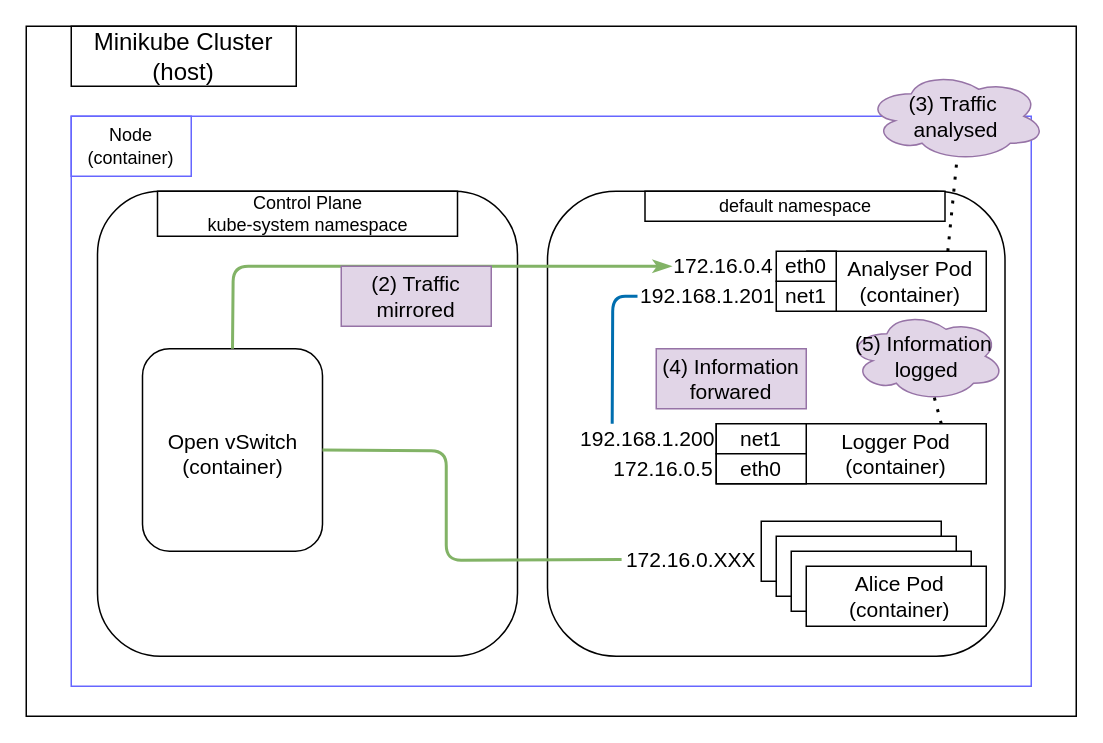
This is page "Domain detection" (3 of 4) of demos/demo6/docs/demo6.drawio from parasecurity/principals, a draw.io file, before an edit. Source tidied: cells renumbered, new cells numbered last; positions are measured from the earlier drawing's top-left corner, leaving out a move shared by most shapes. Both pictures are drawn from the tidied source at 150%, with x=0, y=0 at pixel (26, 26).
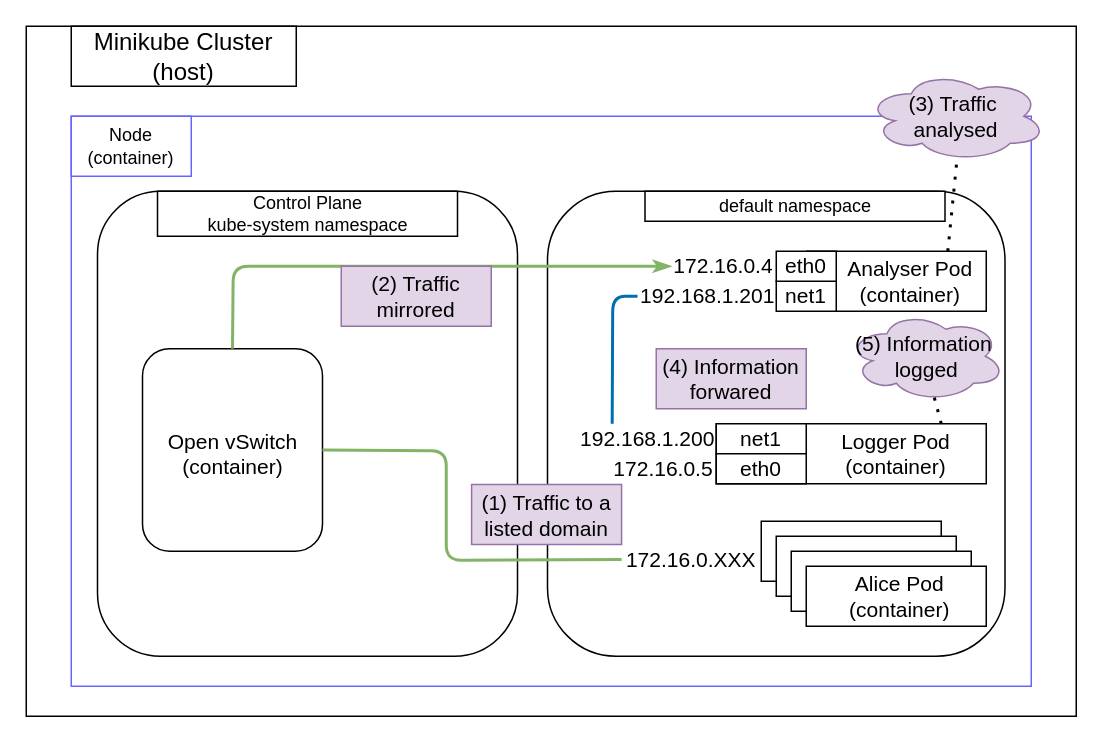
After the change.

The change refers to these unchanged cells:
```xml
<mxCell id="6" style="group;" parent="1" vertex="1">
  <mxGeometry x="47.5" y="110" width="610" height="340" as="geometry" />
</mxCell>
```

What changed in the source:
```diff
@@
+    <mxCell id="43" value="(1) Traffic to a listed domain" style="text;html=1;strokeColor=#9673a6;fillColor=#e1d5e7;align=center;verticalAlign=middle;whiteSpace=wrap;rounded=0;fontSize=14;" parent="6" vertex="1">
+      <mxGeometry x="249.4" y="195.5" width="100" height="40" as="geometry" />
+    </mxCell>
```
